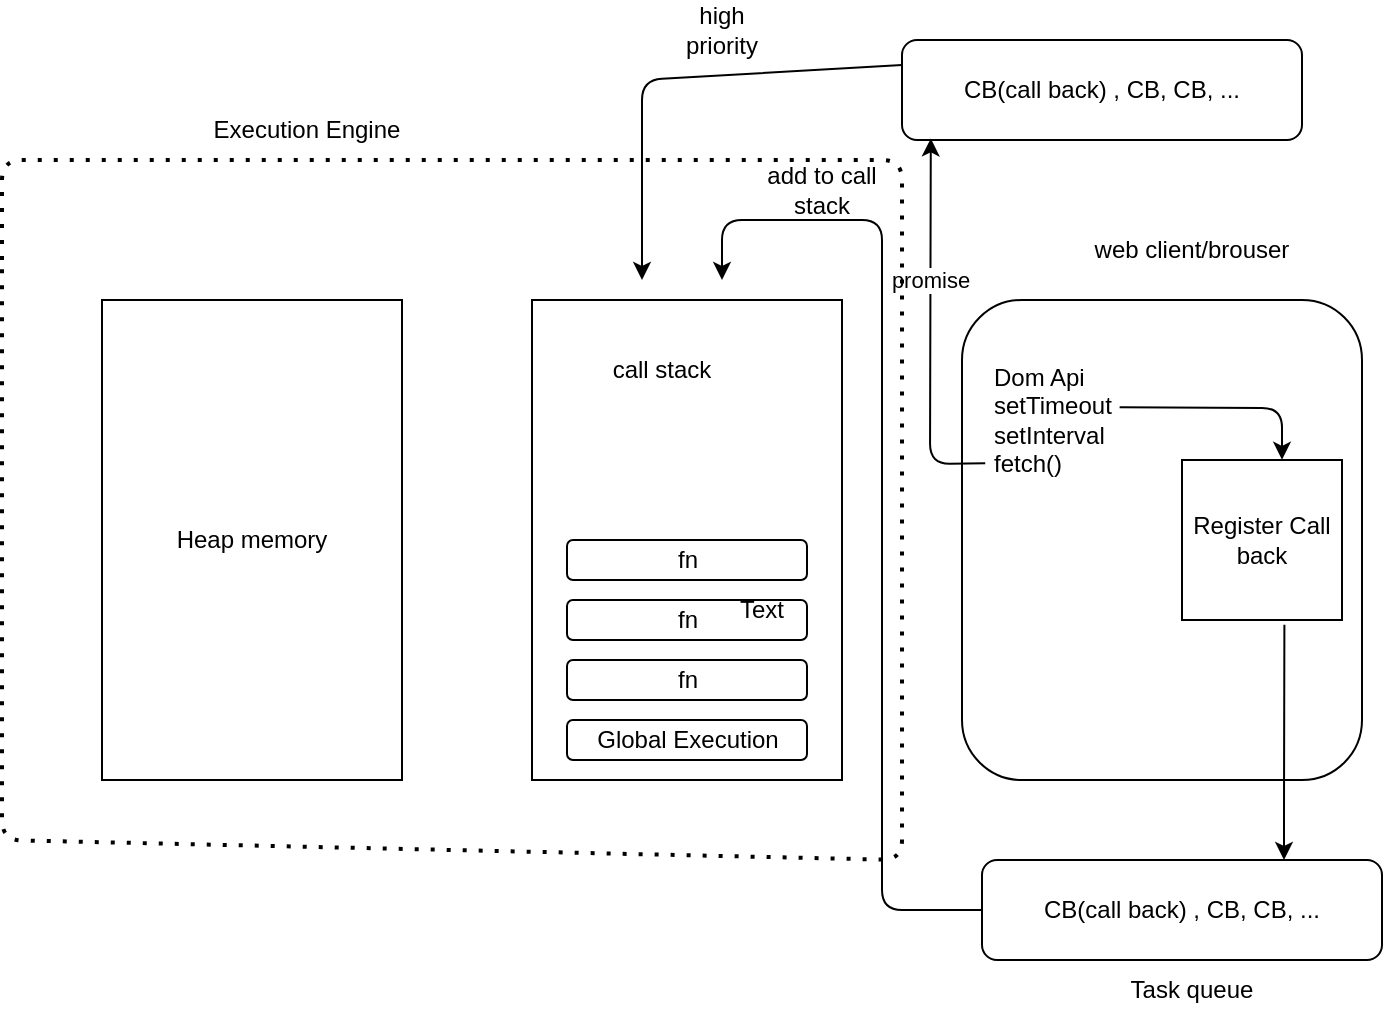
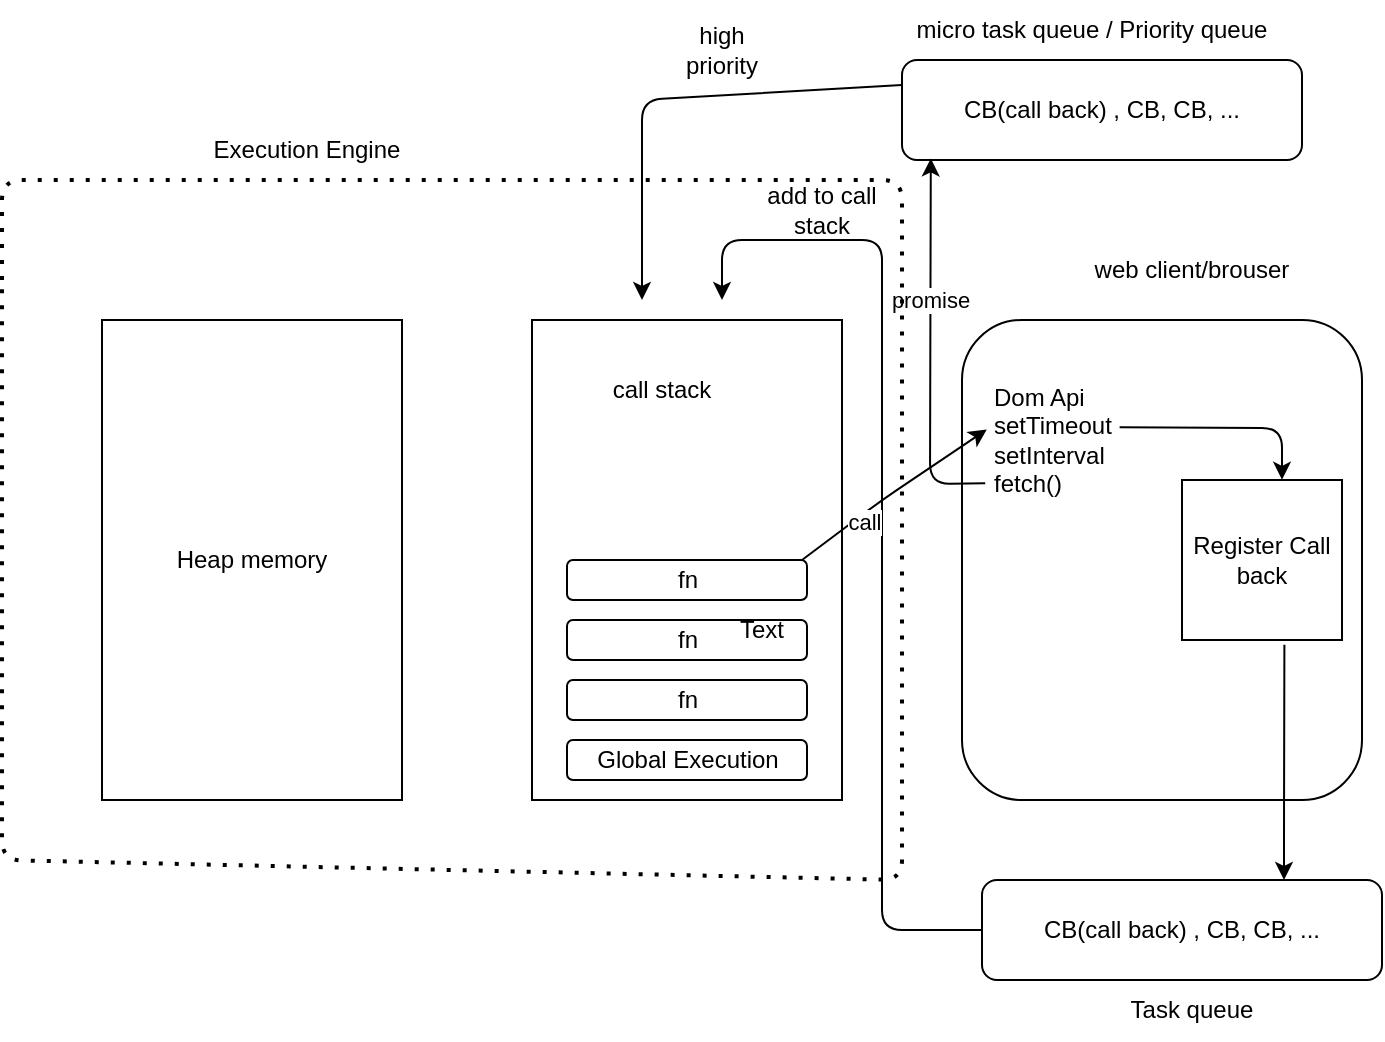
<mxfile host="65bd71144e">
    <diagram id="ycOGXFfh-WjkjD9fwist" name="Page-1">
-         <mxGraphModel dx="824" dy="1663" grid="1" gridSize="10" guides="1" tooltips="1" connect="1" arrows="1" fold="1" page="1" pageScale="1" pageWidth="850" pageHeight="1100" math="0" shadow="0">
+         <mxGraphModel dx="763" dy="1429" grid="1" gridSize="10" guides="1" tooltips="1" connect="1" arrows="1" fold="1" page="1" pageScale="1" pageWidth="850" pageHeight="1100" math="0" shadow="0">
            <root>
                <mxCell id="0"/>
                <mxCell id="1" parent="0"/>
-                 <mxCell id="2" value="Heap memory" style="rounded=0;whiteSpace=wrap;html=1;" vertex="1" parent="1">
+                 <mxCell id="2" value="Heap memory" style="rounded=0;whiteSpace=wrap;html=1;" parent="1" vertex="1">
                    <mxGeometry x="90" y="80" width="150" height="240" as="geometry"/>
                </mxCell>
-                 <mxCell id="4" value="&lt;span style=&quot;font-family: monospace; font-size: 0px; text-align: start; white-space: nowrap;&quot;&gt;dedfsds&lt;/span&gt;" style="rounded=0;whiteSpace=wrap;html=1;" vertex="1" parent="1">
+                 <mxCell id="4" value="&lt;span style=&quot;font-family: monospace; font-size: 0px; text-align: start; white-space: nowrap;&quot;&gt;dedfsds&lt;/span&gt;" style="rounded=0;whiteSpace=wrap;html=1;" parent="1" vertex="1">
                    <mxGeometry x="305" y="80" width="155" height="240" as="geometry"/>
                </mxCell>
-                 <mxCell id="5" value="fn" style="rounded=1;whiteSpace=wrap;html=1;" vertex="1" parent="1">
+                 <mxCell id="5" value="fn" style="rounded=1;whiteSpace=wrap;html=1;" parent="1" vertex="1">
                    <mxGeometry x="322.5" y="200" width="120" height="20" as="geometry"/>
                </mxCell>
-                 <mxCell id="10" value="fn" style="rounded=1;whiteSpace=wrap;html=1;" vertex="1" parent="1">
+                 <mxCell id="10" value="fn" style="rounded=1;whiteSpace=wrap;html=1;" parent="1" vertex="1">
                    <mxGeometry x="322.5" y="230" width="120" height="20" as="geometry"/>
                </mxCell>
-                 <mxCell id="11" value="fn" style="rounded=1;whiteSpace=wrap;html=1;" vertex="1" parent="1">
+                 <mxCell id="11" value="fn" style="rounded=1;whiteSpace=wrap;html=1;" parent="1" vertex="1">
                    <mxGeometry x="322.5" y="260" width="120" height="20" as="geometry"/>
                </mxCell>
-                 <mxCell id="12" value="Global Execution" style="rounded=1;whiteSpace=wrap;html=1;" vertex="1" parent="1">
+                 <mxCell id="12" value="Global Execution" style="rounded=1;whiteSpace=wrap;html=1;" parent="1" vertex="1">
                    <mxGeometry x="322.5" y="290" width="120" height="20" as="geometry"/>
                </mxCell>
-                 <mxCell id="14" value="call stack" style="text;html=1;align=center;verticalAlign=middle;whiteSpace=wrap;rounded=0;" vertex="1" parent="1">
+                 <mxCell id="14" value="call stack" style="text;html=1;align=center;verticalAlign=middle;whiteSpace=wrap;rounded=0;" parent="1" vertex="1">
                    <mxGeometry x="340" y="100" width="60" height="30" as="geometry"/>
                </mxCell>
-                 <mxCell id="15" value="" style="rounded=1;whiteSpace=wrap;html=1;" vertex="1" parent="1">
+                 <mxCell id="15" value="" style="rounded=1;whiteSpace=wrap;html=1;" parent="1" vertex="1">
                    <mxGeometry x="520" y="80" width="200" height="240" as="geometry"/>
                </mxCell>
-                 <mxCell id="16" value="web client/brouser" style="text;html=1;align=center;verticalAlign=middle;whiteSpace=wrap;rounded=0;" vertex="1" parent="1">
+                 <mxCell id="16" value="web client/brouser" style="text;html=1;align=center;verticalAlign=middle;whiteSpace=wrap;rounded=0;" parent="1" vertex="1">
                    <mxGeometry x="580" y="40" width="110" height="30" as="geometry"/>
                </mxCell>
-                 <mxCell id="17" value="Dom Api&lt;div&gt;setTimeout&lt;/div&gt;&lt;div&gt;setInterval&lt;/div&gt;&lt;div&gt;fetch()&lt;/div&gt;" style="text;strokeColor=none;fillColor=none;align=left;verticalAlign=middle;spacingLeft=4;spacingRight=4;overflow=hidden;points=[[0,0.5],[1,0.5]];portConstraint=eastwest;rotatable=0;whiteSpace=wrap;html=1;" vertex="1" parent="1">
+                 <mxCell id="17" value="Dom Api&lt;div&gt;setTimeout&lt;/div&gt;&lt;div&gt;setInterval&lt;/div&gt;&lt;div&gt;fetch()&lt;/div&gt;" style="text;strokeColor=none;fillColor=none;align=left;verticalAlign=middle;spacingLeft=4;spacingRight=4;overflow=hidden;points=[[0,0.5],[1,0.5]];portConstraint=eastwest;rotatable=0;whiteSpace=wrap;html=1;" parent="1" vertex="1">
                    <mxGeometry x="530" y="100" width="70" height="80" as="geometry"/>
                </mxCell>
-                 <mxCell id="18" value="Register Call back" style="whiteSpace=wrap;html=1;aspect=fixed;" vertex="1" parent="1">
+                 <mxCell id="18" value="Register Call back" style="whiteSpace=wrap;html=1;aspect=fixed;" parent="1" vertex="1">
                    <mxGeometry x="630" y="160" width="80" height="80" as="geometry"/>
                </mxCell>
-                 <mxCell id="20" value="CB(call back) , CB, CB, ..." style="rounded=1;whiteSpace=wrap;html=1;" vertex="1" parent="1">
+                 <mxCell id="20" value="CB(call back) , CB, CB, ..." style="rounded=1;whiteSpace=wrap;html=1;" parent="1" vertex="1">
                    <mxGeometry x="530" y="360" width="200" height="50" as="geometry"/>
                </mxCell>
-                 <mxCell id="21" value="Task queue" style="text;html=1;align=center;verticalAlign=middle;whiteSpace=wrap;rounded=0;" vertex="1" parent="1">
+                 <mxCell id="21" value="Task queue" style="text;html=1;align=center;verticalAlign=middle;whiteSpace=wrap;rounded=0;" parent="1" vertex="1">
                    <mxGeometry x="590" y="410" width="90" height="30" as="geometry"/>
                </mxCell>
-                 <mxCell id="23" value="" style="endArrow=classic;html=1;entryX=0.8;entryY=0.333;entryDx=0;entryDy=0;entryPerimeter=0;exitX=0.983;exitY=0.42;exitDx=0;exitDy=0;exitPerimeter=0;" edge="1" parent="1" source="17" target="15">
+                 <mxCell id="23" value="" style="endArrow=classic;html=1;entryX=0.8;entryY=0.333;entryDx=0;entryDy=0;entryPerimeter=0;exitX=0.983;exitY=0.42;exitDx=0;exitDy=0;exitPerimeter=0;" parent="1" source="17" target="15" edge="1">
                    <mxGeometry width="50" height="50" relative="1" as="geometry">
                        <mxPoint x="605" y="150" as="sourcePoint"/>
                        <mxPoint x="655" y="100" as="targetPoint"/>
                        <Array as="points">
                            <mxPoint x="680" y="134"/>
                        </Array>
                    </mxGeometry>
                </mxCell>
-                 <mxCell id="25" value="" style="endArrow=classic;html=1;entryX=0.8;entryY=0.333;entryDx=0;entryDy=0;entryPerimeter=0;exitX=0.64;exitY=1.03;exitDx=0;exitDy=0;exitPerimeter=0;" edge="1" parent="1" source="18">
+                 <mxCell id="25" value="" style="endArrow=classic;html=1;entryX=0.8;entryY=0.333;entryDx=0;entryDy=0;entryPerimeter=0;exitX=0.64;exitY=1.03;exitDx=0;exitDy=0;exitPerimeter=0;" parent="1" source="18" edge="1">
                    <mxGeometry width="50" height="50" relative="1" as="geometry">
                        <mxPoint x="600" y="334" as="sourcePoint"/>
                        <mxPoint x="681" y="360" as="targetPoint"/>
                        <Array as="points">
                            <mxPoint x="681" y="334"/>
                        </Array>
                    </mxGeometry>
                </mxCell>
-                 <mxCell id="26" value="" style="endArrow=classic;html=1;exitX=0;exitY=0.5;exitDx=0;exitDy=0;" edge="1" parent="1" source="20">
+                 <mxCell id="26" value="" style="endArrow=classic;html=1;exitX=0;exitY=0.5;exitDx=0;exitDy=0;" parent="1" source="20" edge="1">
                    <mxGeometry width="50" height="50" relative="1" as="geometry">
                        <mxPoint x="439" y="360" as="sourcePoint"/>
                        <mxPoint x="400" y="70" as="targetPoint"/>
                        <Array as="points">
                            <mxPoint x="480" y="385"/>
                            <mxPoint x="480" y="40"/>
                            <mxPoint x="400" y="40"/>
                        </Array>
                    </mxGeometry>
                </mxCell>
-                 <mxCell id="27" value="Text" style="text;html=1;align=center;verticalAlign=middle;whiteSpace=wrap;rounded=0;" vertex="1" parent="1">
+                 <mxCell id="27" value="Text" style="text;html=1;align=center;verticalAlign=middle;whiteSpace=wrap;rounded=0;" parent="1" vertex="1">
                    <mxGeometry x="390" y="220" width="60" height="30" as="geometry"/>
                </mxCell>
-                 <mxCell id="29" value="add to call stack" style="text;html=1;align=center;verticalAlign=middle;whiteSpace=wrap;rounded=0;" vertex="1" parent="1">
+                 <mxCell id="29" value="add to call stack" style="text;html=1;align=center;verticalAlign=middle;whiteSpace=wrap;rounded=0;" parent="1" vertex="1">
                    <mxGeometry x="420" y="10" width="60" height="30" as="geometry"/>
                </mxCell>
-                 <mxCell id="30" value="CB(call back) , CB, CB, ..." style="rounded=1;whiteSpace=wrap;html=1;" vertex="1" parent="1">
+                 <mxCell id="30" value="CB(call back) , CB, CB, ..." style="rounded=1;whiteSpace=wrap;html=1;" parent="1" vertex="1">
                    <mxGeometry x="490" y="-50" width="200" height="50" as="geometry"/>
                </mxCell>
-                 <mxCell id="31" value="" style="endArrow=classic;html=1;entryX=0.072;entryY=0.984;entryDx=0;entryDy=0;entryPerimeter=0;exitX=0.023;exitY=0.77;exitDx=0;exitDy=0;exitPerimeter=0;" edge="1" parent="1" source="17" target="30">
+                 <mxCell id="31" value="" style="endArrow=classic;html=1;entryX=0.072;entryY=0.984;entryDx=0;entryDy=0;entryPerimeter=0;exitX=0.023;exitY=0.77;exitDx=0;exitDy=0;exitPerimeter=0;" parent="1" source="17" target="30" edge="1">
                    <mxGeometry relative="1" as="geometry">
                        <mxPoint x="504" y="180" as="sourcePoint"/>
                        <mxPoint x="470" y="220" as="targetPoint"/>
                        <Array as="points">
                            <mxPoint x="504" y="162"/>
                        </Array>
                    </mxGeometry>
                </mxCell>
-                 <mxCell id="32" value="promise" style="edgeLabel;resizable=0;html=1;;align=center;verticalAlign=middle;" connectable="0" vertex="1" parent="31">
+                 <mxCell id="32" value="promise" style="edgeLabel;resizable=0;html=1;;align=center;verticalAlign=middle;" parent="31" connectable="0" vertex="1">
                    <mxGeometry relative="1" as="geometry">
                        <mxPoint y="-25" as="offset"/>
                    </mxGeometry>
                </mxCell>
-                 <mxCell id="33" value="" style="endArrow=classic;html=1;exitX=0;exitY=0.25;exitDx=0;exitDy=0;" edge="1" parent="1" source="30">
+                 <mxCell id="33" value="" style="endArrow=classic;html=1;exitX=0;exitY=0.25;exitDx=0;exitDy=0;" parent="1" source="30" edge="1">
                    <mxGeometry width="50" height="50" relative="1" as="geometry">
                        <mxPoint x="400" y="250" as="sourcePoint"/>
                        <mxPoint x="360" y="70" as="targetPoint"/>
                        <Array as="points">
                            <mxPoint x="360" y="-30"/>
                        </Array>
                    </mxGeometry>
                </mxCell>
-                 <mxCell id="34" value="high priority" style="text;html=1;align=center;verticalAlign=middle;whiteSpace=wrap;rounded=0;" vertex="1" parent="1">
+                 <mxCell id="34" value="high priority" style="text;html=1;align=center;verticalAlign=middle;whiteSpace=wrap;rounded=0;" parent="1" vertex="1">
                    <mxGeometry x="370" y="-70" width="60" height="30" as="geometry"/>
                </mxCell>
-                 <mxCell id="36" value="" style="endArrow=none;dashed=1;html=1;dashPattern=1 3;strokeWidth=2;" edge="1" parent="1">
+                 <mxCell id="36" value="" style="endArrow=none;dashed=1;html=1;dashPattern=1 3;strokeWidth=2;" parent="1" edge="1">
                    <mxGeometry width="50" height="50" relative="1" as="geometry">
                        <mxPoint x="40" y="60" as="sourcePoint"/>
                        <mxPoint x="40" y="60" as="targetPoint"/>
                        <Array as="points">
                            <mxPoint x="40" y="10"/>
                            <mxPoint x="490" y="10"/>
                            <mxPoint x="490" y="360"/>
                            <mxPoint x="40" y="350"/>
                        </Array>
                    </mxGeometry>
                </mxCell>
-                 <mxCell id="37" value="Execution Engine" style="text;html=1;align=center;verticalAlign=middle;whiteSpace=wrap;rounded=0;" vertex="1" parent="1">
+                 <mxCell id="37" value="Execution Engine" style="text;html=1;align=center;verticalAlign=middle;whiteSpace=wrap;rounded=0;" parent="1" vertex="1">
                    <mxGeometry x="135" y="-20" width="115" height="30" as="geometry"/>
+                 </mxCell>
+                 <mxCell id="38" value="" style="endArrow=classic;html=1;entryX=0.034;entryY=0.434;entryDx=0;entryDy=0;entryPerimeter=0;exitX=0.871;exitY=0.5;exitDx=0;exitDy=0;exitPerimeter=0;" edge="1" parent="1" source="4" target="17">
+                     <mxGeometry relative="1" as="geometry">
+                         <mxPoint x="390" y="230" as="sourcePoint"/>
+                         <mxPoint x="490" y="230" as="targetPoint"/>
+                         <Array as="points">
+                             <mxPoint x="480" y="170"/>
+                         </Array>
+                     </mxGeometry>
+                 </mxCell>
+                 <mxCell id="39" value="call" style="edgeLabel;resizable=0;html=1;;align=center;verticalAlign=middle;" connectable="0" vertex="1" parent="38">
+                     <mxGeometry relative="1" as="geometry">
+                         <mxPoint x="-15" y="14" as="offset"/>
+                     </mxGeometry>
+                 </mxCell>
+                 <mxCell id="40" value="micro task queue / Priority queue" style="text;html=1;align=center;verticalAlign=middle;whiteSpace=wrap;rounded=0;" vertex="1" parent="1">
+                     <mxGeometry x="490" y="-80" width="190" height="30" as="geometry"/>
                </mxCell>
            </root>
        </mxGraphModel>
    </diagram>
</mxfile>